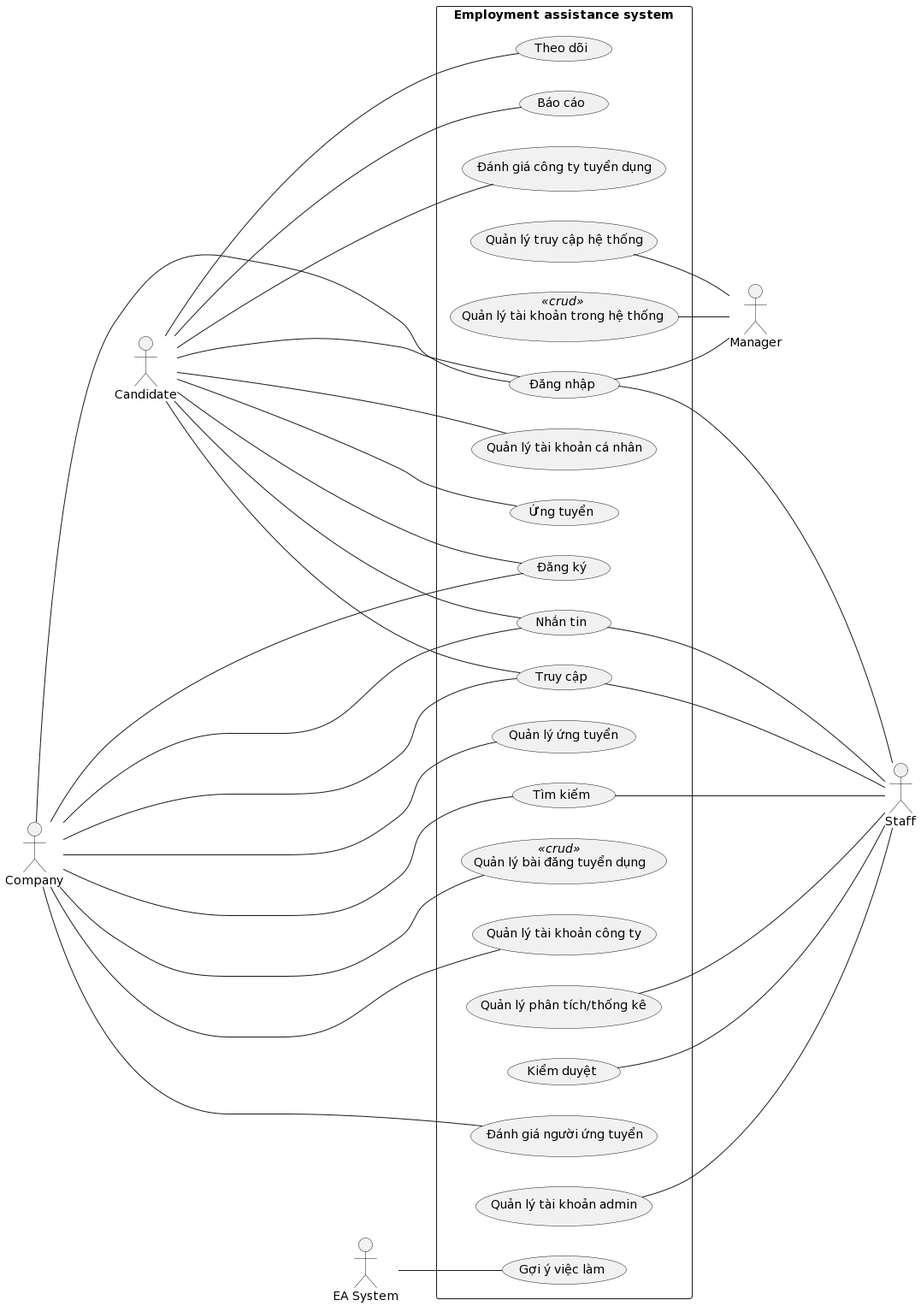
Earlier version of the PlantUML export Lab1/Lab 1.2 Diagram/Use case/FileIMG/0. UsecaseTongQuat.png (Griselda4774/EAS-EmploymentAssistanceSystem).
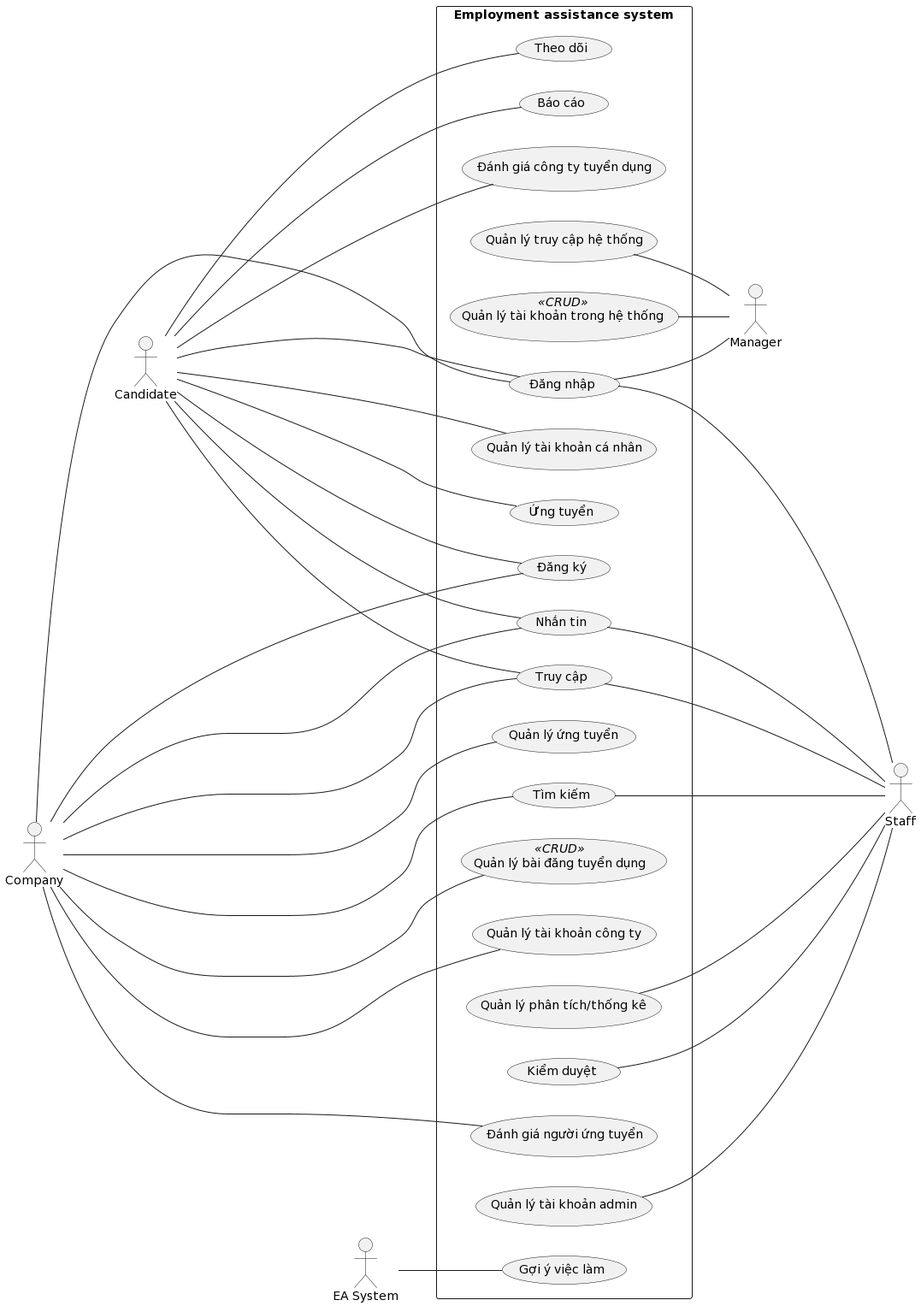
Later version of the same file.

Diff of the diagram source:
```diff
@@ -10,7 +10,7 @@
 rectangle "Employment assistance system" {
     usecase "Đăng nhập" as dangNhap
     usecase "Đăng ký" as dangKy
-    usecase "Quản lý bài đăng tuyển dụng" as quanLyBaiDang <<crud>>
+    usecase "Quản lý bài đăng tuyển dụng" as quanLyBaiDang <<CRUD>>
     usecase "Theo dõi" as theoDoi
     usecase "Báo cáo" as baoCao
     usecase "Đánh giá công ty tuyển dụng" as danhGiaCongTyTuyenDung
@@ -26,7 +26,7 @@
     usecase "Quản lý truy cập hệ thống" as quanLyTruyCap
     usecase "Quản lý tài khoản admin" as quanLyTaiKhoanAdmin
     usecase "Đánh giá người ứng tuyển" as danhGiaNguoiUngTuyen
-    usecase "Quản lý tài khoản trong hệ thống" as quanLyTaiKhoan <<crud>>
+    usecase "Quản lý tài khoản trong hệ thống" as quanLyTaiKhoan <<CRUD>>
     usecase "Gợi ý việc làm" as goiYViecLam
 }
 
```
